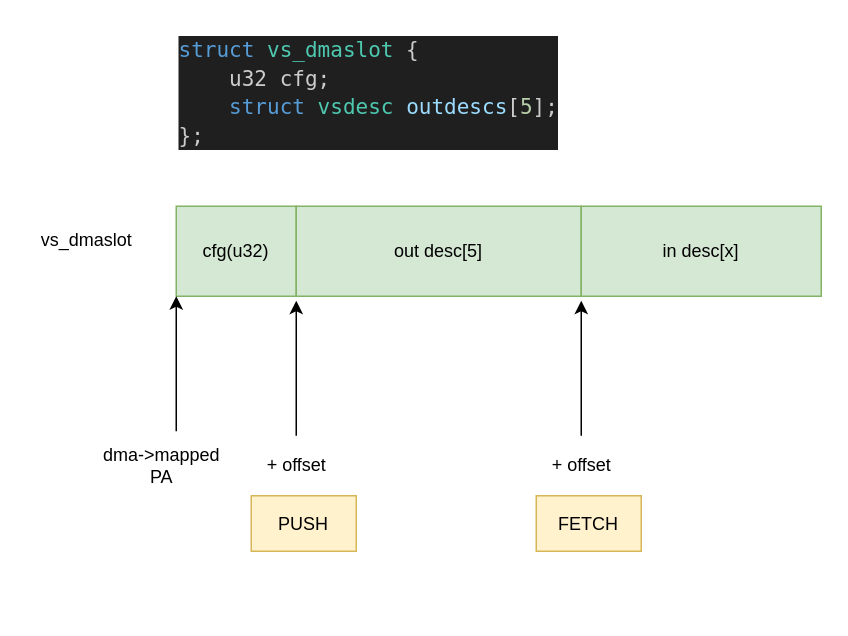
This is vcm26x.drawio from thomas-coding/drawio, a draw.io file, before an edit. Source tidied: cells renumbered, new cells numbered last; positions are measured from the earlier drawing's top-left corner, leaving out a move shared by most shapes. Both pictures are drawn from the tidied source at 150%, with x=0, y=0 at pixel (26, 26).
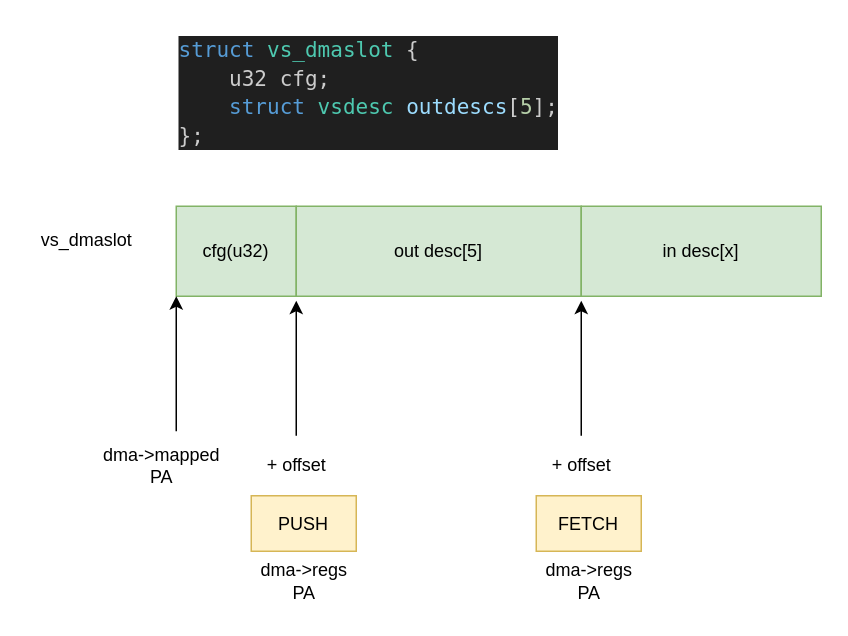
Above is the later version.

Change to the diagram source:
```diff
@@
 <mxGraphModel>
   <root>
     <mxCell id="0" />
     <mxCell id="1" parent="0" />
     <mxCell id="2" value="cfg(u32)" style="rounded=0;whiteSpace=wrap;html=1;fillColor=#d5e8d4;strokeColor=#82b366;" parent="1" vertex="1">
       <mxGeometry x="100" y="120" width="80" height="60" as="geometry" />
     </mxCell>
     <mxCell id="3" value="out desc[5]" style="rounded=0;whiteSpace=wrap;html=1;fillColor=#d5e8d4;strokeColor=#82b366;" parent="1" vertex="1">
       <mxGeometry x="180" y="120" width="190" height="60" as="geometry" />
     </mxCell>
     <mxCell id="4" value="in desc[x]" style="rounded=0;whiteSpace=wrap;html=1;fillColor=#d5e8d4;strokeColor=#82b366;" parent="1" vertex="1">
       <mxGeometry x="370" y="120" width="160" height="60" as="geometry" />
     </mxCell>
     <mxCell id="5" value="&lt;div style=&quot;color: #cccccc;background-color: #1f1f1f;font-family: 'Droid Sans Mono', 'monospace', monospace;font-weight: normal;font-size: 14px;line-height: 19px;white-space: pre;&quot;&gt;&lt;div&gt;&lt;span style=&quot;color: #569cd6;&quot;&gt;struct&lt;/span&gt;&lt;span style=&quot;color: #cccccc;&quot;&gt; &lt;/span&gt;&lt;span style=&quot;color: #4ec9b0;&quot;&gt;vs_dmaslot&lt;/span&gt;&lt;span style=&quot;color: #cccccc;&quot;&gt; {&lt;/span&gt;&lt;/div&gt;&lt;div&gt;&lt;span style=&quot;color: #cccccc;&quot;&gt;    u32 cfg;&lt;/span&gt;&lt;/div&gt;&lt;div&gt;&lt;span style=&quot;color: #cccccc;&quot;&gt;    &lt;/span&gt;&lt;span style=&quot;color: #569cd6;&quot;&gt;struct&lt;/span&gt;&lt;span style=&quot;color: #cccccc;&quot;&gt; &lt;/span&gt;&lt;span style=&quot;color: #4ec9b0;&quot;&gt;vsdesc&lt;/span&gt;&lt;span style=&quot;color: #cccccc;&quot;&gt; &lt;/span&gt;&lt;span style=&quot;color: #9cdcfe;&quot;&gt;outdescs&lt;/span&gt;&lt;span style=&quot;color: #cccccc;&quot;&gt;[&lt;/span&gt;&lt;span style=&quot;color: #b5cea8;&quot;&gt;5&lt;/span&gt;&lt;span style=&quot;color: #cccccc;&quot;&gt;];&lt;/span&gt;&lt;/div&gt;&lt;div&gt;&lt;span style=&quot;color: #cccccc;&quot;&gt;};&lt;/span&gt;&lt;/div&gt;&lt;/div&gt;" style="text;whiteSpace=wrap;html=1;" parent="1" vertex="1">
       <mxGeometry x="100" width="290" height="100" as="geometry" />
     </mxCell>
     <mxCell id="6" value="vs_dmaslot" style="text;html=1;align=center;verticalAlign=middle;strokeColor=none;fillColor=none;" parent="1" vertex="1">
       <mxGeometry y="128" width="80" height="30" as="geometry" />
     </mxCell>
     <mxCell id="7" style="endArrow=classic;html=1;rounded=0;entryX=0;entryY=1;entryDx=0;entryDy=0;" parent="1" edge="1" target="2">
       <mxGeometry relative="1" as="geometry">
         <mxPoint x="100" y="270" as="sourcePoint" />
       </mxGeometry>
     </mxCell>
     <mxCell id="8" value="dma-&amp;gt;mapped&lt;div&gt;PA&lt;/div&gt;" style="text;html=1;align=center;verticalAlign=middle;strokeColor=none;fillColor=none;" parent="1" vertex="1">
       <mxGeometry x="40" y="273" width="100" height="40" as="geometry" />
     </mxCell>
     <mxCell id="9" style="endArrow=classic;html=1;rounded=0;entryX=0;entryY=1;entryDx=0;entryDy=0;" parent="1" edge="1">
       <mxGeometry relative="1" as="geometry">
         <mxPoint x="180" y="273" as="sourcePoint" />
         <mxPoint x="180" y="183" as="targetPoint" />
       </mxGeometry>
     </mxCell>
     <mxCell id="10" style="endArrow=classic;html=1;rounded=0;entryX=0;entryY=1;entryDx=0;entryDy=0;" parent="1" edge="1">
       <mxGeometry relative="1" as="geometry">
         <mxPoint x="370" y="273" as="sourcePoint" />
         <mxPoint x="370" y="183" as="targetPoint" />
       </mxGeometry>
     </mxCell>
     <mxCell id="11" value="+ offset" style="text;html=1;align=center;verticalAlign=middle;strokeColor=none;fillColor=none;" parent="1" vertex="1">
       <mxGeometry x="150" y="278" width="60" height="30" as="geometry" />
     </mxCell>
     <mxCell id="12" value="+ offset" style="text;html=1;align=center;verticalAlign=middle;strokeColor=none;fillColor=none;" parent="1" vertex="1">
       <mxGeometry x="340" y="278" width="60" height="30" as="geometry" />
     </mxCell>
     <mxCell id="13" value="PUSH" style="rounded=0;whiteSpace=wrap;html=1;fillColor=#fff2cc;strokeColor=#d6b656;" parent="1" vertex="1">
       <mxGeometry x="150" y="313" width="70" height="37" as="geometry" />
     </mxCell>
     <mxCell id="14" value="FETCH" style="rounded=0;whiteSpace=wrap;html=1;fillColor=#fff2cc;strokeColor=#d6b656;" parent="1" vertex="1">
       <mxGeometry x="340" y="313" width="70" height="37" as="geometry" />
     </mxCell>
+    <mxCell id="15" value="dma-&amp;gt;regs&lt;div&gt;PA&lt;/div&gt;" style="text;html=1;align=center;verticalAlign=middle;strokeColor=none;fillColor=none;" parent="1" vertex="1">
+      <mxGeometry x="145" y="350" width="80" height="40" as="geometry" />
+    </mxCell>
+    <mxCell id="16" value="dma-&amp;gt;regs&lt;div&gt;PA&lt;/div&gt;" style="text;html=1;align=center;verticalAlign=middle;strokeColor=none;fillColor=none;" parent="1" vertex="1">
+      <mxGeometry x="335" y="350" width="80" height="40" as="geometry" />
+    </mxCell>
   </root>
 </mxGraphModel>
```
